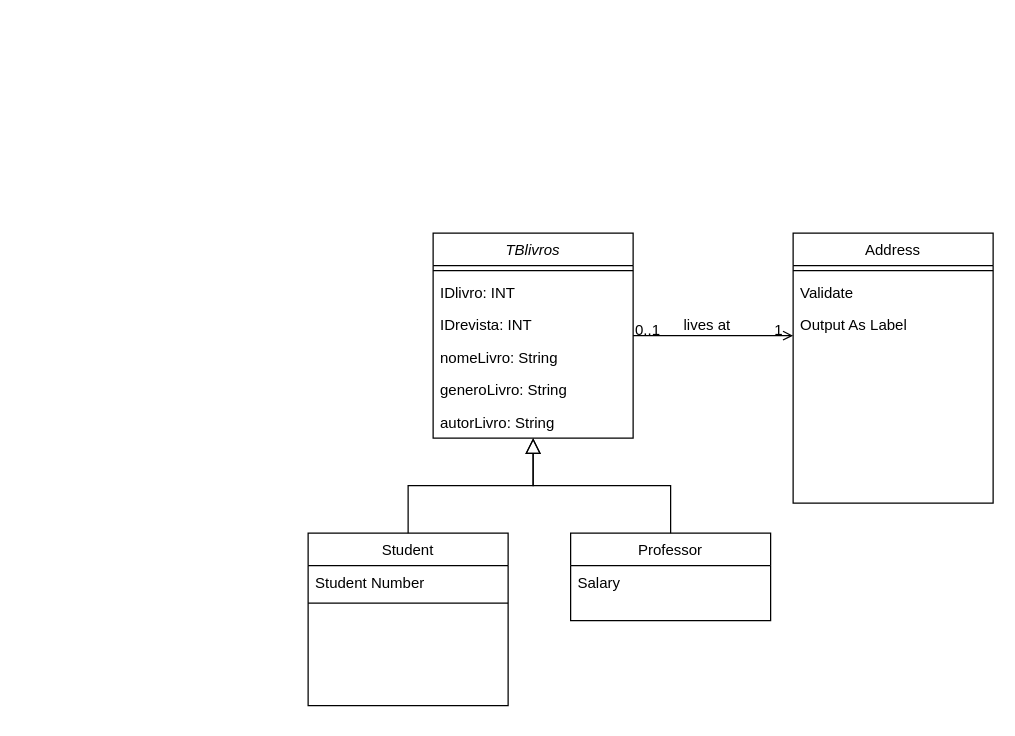
This is diagramaDEclasses.drawio from fe1ipesena/biblioteca-Java-Swing, a draw.io file, before an edit. Source tidied: cells renumbered, new cells numbered last; positions are measured from the earlier drawing's top-left corner, leaving out a move shared by most shapes. Both pictures are drawn from the tidied source at 125%, with x=0, y=0 at pixel (308, 232).
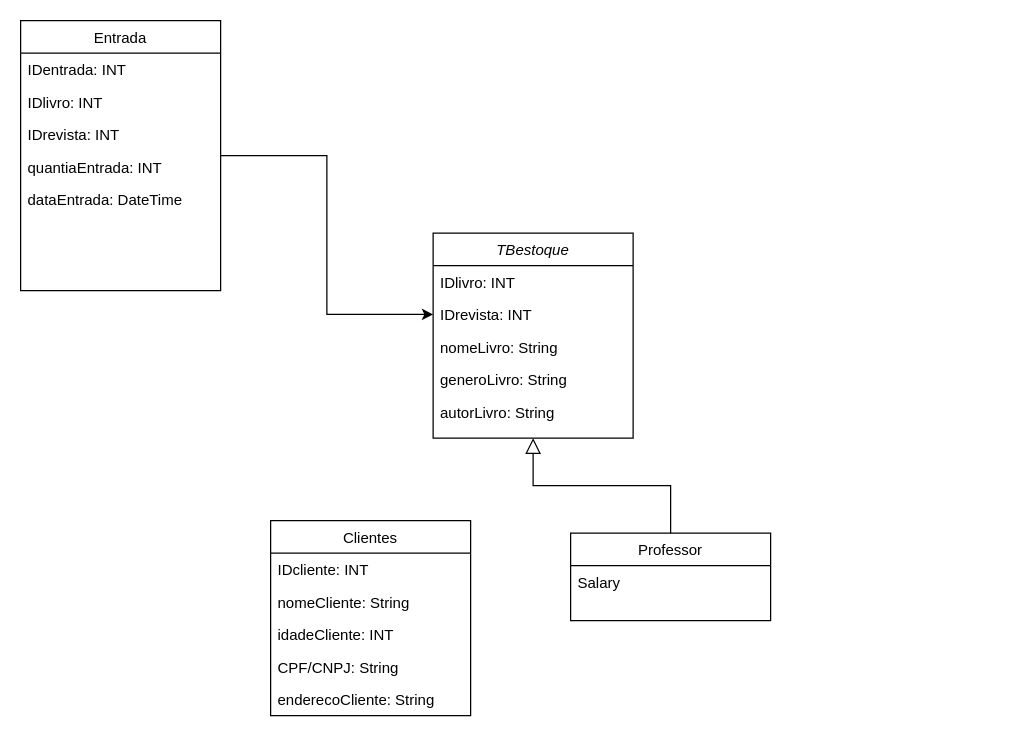
After the change.

The edit, as a diff of the source:
```diff
@@
-    <mxCell id="2" value="TBlivros" style="swimlane;fontStyle=2;align=center;verticalAlign=top;horizontal=1;startSize=26;rounded=0;shadow=0;strokeWidth=1;" parent="1" vertex="1">
+    <mxCell id="2" value="TBestoque" style="swimlane;fontStyle=2;align=center;verticalAlign=top;horizontal=1;startSize=26;rounded=0;shadow=0;strokeWidth=1;" parent="1" vertex="1">
       <mxGeometry x="100" width="160" height="164" as="geometry" />
     </mxCell>
-    <mxCell id="3" style="line;html=1;strokeWidth=1;align=left;verticalAlign=middle;spacingTop=-1;spacingLeft=3;spacingRight=3;labelPosition=right;" parent="2" vertex="1">
-      <mxGeometry y="26" width="160" height="8" as="geometry" />
-    </mxCell>
     <mxCell id="4" value="IDlivro: INT" style="text;align=left;verticalAlign=top;spacingLeft=4;spacingRight=4;overflow=hidden;" parent="2" vertex="1">
-      <mxGeometry y="34" width="160" height="26" as="geometry" />
+      <mxGeometry y="26" width="160" height="26" as="geometry" />
     </mxCell>
     <mxCell id="5" value="IDrevista: INT" style="text;align=left;verticalAlign=top;spacingLeft=4;spacingRight=4;overflow=hidden;points=[[0,0.5],[1,0.5]];portConstraint=eastwest;" parent="2" vertex="1">
-      <mxGeometry y="60" width="160" height="26" as="geometry" />
+      <mxGeometry y="52" width="160" height="26" as="geometry" />
     </mxCell>
     <mxCell id="6" value="nomeLivro: String" style="text;align=left;verticalAlign=top;spacingLeft=4;spacingRight=4;overflow=hidden;" parent="2" vertex="1">
-      <mxGeometry y="86" width="160" height="26" as="geometry" />
+      <mxGeometry y="78" width="160" height="26" as="geometry" />
     </mxCell>
     <mxCell id="7" value="generoLivro: String" style="text;align=left;verticalAlign=top;spacingLeft=4;spacingRight=4;overflow=hidden;" parent="2" vertex="1">
-      <mxGeometry y="112" width="160" height="26" as="geometry" />
+      <mxGeometry y="104" width="160" height="26" as="geometry" />
     </mxCell>
     <mxCell id="8" value="autorLivro: String" style="text;align=left;verticalAlign=top;spacingLeft=4;spacingRight=4;overflow=hidden;" parent="2" vertex="1">
-      <mxGeometry y="138" width="160" height="26" as="geometry" />
+      <mxGeometry y="130" width="160" height="26" as="geometry" />
     </mxCell>
-    <mxCell id="9" value="Student" style="swimlane;fontStyle=0;align=center;verticalAlign=top;horizontal=1;startSize=26;rounded=0;shadow=0;strokeWidth=1;" parent="1" vertex="1">
-      <mxGeometry y="240" width="160" height="138" as="geometry" />
+    <mxCell id="9" value="Clientes" style="swimlane;fontStyle=0;align=center;verticalAlign=top;horizontal=1;startSize=26;rounded=0;shadow=0;strokeWidth=1;" parent="1" vertex="1">
+      <mxGeometry x="-30" y="230" width="160" height="156" as="geometry" />
     </mxCell>
-    <mxCell id="10" value="Student Number" style="text;align=left;verticalAlign=top;spacingLeft=4;spacingRight=4;overflow=hidden;" parent="9" vertex="1">
-      <mxGeometry y="26" width="160" height="26" as="geometry" />
-    </mxCell>
-    <mxCell id="11" style="line;html=1;strokeWidth=1;align=left;verticalAlign=middle;spacingTop=-1;spacingLeft=3;spacingRight=3;labelPosition=right;" parent="9" vertex="1">
-      <mxGeometry y="52" width="160" height="8" as="geometry" />
-    </mxCell>
-    <mxCell id="12" style="endArrow=block;endSize=10;endFill=0;shadow=0;strokeWidth=1;rounded=0;edgeStyle=elbowEdgeStyle;elbow=vertical;" parent="1" edge="1" source="9" target="2">
-      <mxGeometry relative="1" as="geometry" />
-    </mxCell>
+    <mxCell id="24" value="IDcliente: INT" style="text;align=left;verticalAlign=top;spacingLeft=4;spacingRight=4;overflow=hidden;" parent="9" vertex="1">
+      <mxGeometry y="26" width="160" height="26" as="geometry" />
+    </mxCell>
+    <mxCell id="25" value="nomeCliente: String" style="text;align=left;verticalAlign=top;spacingLeft=4;spacingRight=4;overflow=hidden;" parent="9" vertex="1">
+      <mxGeometry y="52" width="160" height="26" as="geometry" />
+    </mxCell>
+    <mxCell id="26" value="idadeCliente: INT" style="text;align=left;verticalAlign=top;spacingLeft=4;spacingRight=4;overflow=hidden;" parent="9" vertex="1">
+      <mxGeometry y="78" width="160" height="26" as="geometry" />
+    </mxCell>
+    <mxCell id="27" value="CPF/CNPJ: String" style="text;align=left;verticalAlign=top;spacingLeft=4;spacingRight=4;overflow=hidden;" parent="9" vertex="1">
+      <mxGeometry y="104" width="160" height="26" as="geometry" />
+    </mxCell>
+    <mxCell id="28" value="enderecoCliente: String" style="text;align=left;verticalAlign=top;spacingLeft=4;spacingRight=4;overflow=hidden;" parent="9" vertex="1">
+      <mxGeometry y="130" width="160" height="26" as="geometry" />
+    </mxCell>
@@
+    <mxCell id="29" style="edgeStyle=orthogonalEdgeStyle;rounded=0;jettySize=auto;html=1;exitX=1;exitY=0.5;exitDx=0;exitDy=0;entryX=0;entryY=0.5;entryDx=0;entryDy=0;" parent="1" edge="1" source="16" target="5">
+      <mxGeometry relative="1" as="geometry" />
+    </mxCell>
-    <mxCell id="16" value="Address" style="swimlane;fontStyle=0;align=center;verticalAlign=top;horizontal=1;startSize=26;rounded=0;shadow=0;strokeWidth=1;" parent="1" vertex="1">
-      <mxGeometry x="388" width="160" height="216" as="geometry" />
+    <mxCell id="16" value="Entrada" style="swimlane;fontStyle=0;align=center;verticalAlign=top;horizontal=1;startSize=26;rounded=0;shadow=0;strokeWidth=1;" parent="1" vertex="1">
+      <mxGeometry x="-230" y="-170" width="160" height="216" as="geometry" />
     </mxCell>
-    <mxCell id="17" style="line;html=1;strokeWidth=1;align=left;verticalAlign=middle;spacingTop=-1;spacingLeft=3;spacingRight=3;labelPosition=right;" parent="16" vertex="1">
-      <mxGeometry y="26" width="160" height="8" as="geometry" />
-    </mxCell>
-    <mxCell id="18" value="Validate" style="text;align=left;verticalAlign=top;spacingLeft=4;spacingRight=4;overflow=hidden;" parent="16" vertex="1">
-      <mxGeometry y="34" width="160" height="26" as="geometry" />
+    <mxCell id="18" value="IDentrada: INT" style="text;align=left;verticalAlign=top;spacingLeft=4;spacingRight=4;overflow=hidden;" parent="16" vertex="1">
+      <mxGeometry y="26" width="160" height="26" as="geometry" />
     </mxCell>
-    <mxCell id="19" value="Output As Label" style="text;align=left;verticalAlign=top;spacingLeft=4;spacingRight=4;overflow=hidden;" parent="16" vertex="1">
-      <mxGeometry y="60" width="160" height="26" as="geometry" />
+    <mxCell id="19" value="IDlivro: INT" style="text;align=left;verticalAlign=top;spacingLeft=4;spacingRight=4;overflow=hidden;" parent="16" vertex="1">
+      <mxGeometry y="52" width="160" height="26" as="geometry" />
     </mxCell>
-    <mxCell id="20" style="endArrow=open;shadow=0;strokeWidth=1;rounded=0;endFill=1;edgeStyle=elbowEdgeStyle;elbow=vertical;" parent="1" edge="1" source="2" target="16">
-      <mxGeometry x="0.5" y="41" relative="1" as="geometry">
-        <mxPoint x="-40" y="32" as="offset" />
-      </mxGeometry>
-    </mxCell>
-    <mxCell id="21" value="0..1" style="align=left;verticalAlign=bottom;labelBackgroundColor=none;fontSize=12;" parent="20" vertex="1">
-      <mxGeometry x="-1" relative="1" as="geometry">
-        <mxPoint y="4" as="offset" />
-      </mxGeometry>
-    </mxCell>
-    <mxCell id="22" value="1" style="align=right;verticalAlign=bottom;labelBackgroundColor=none;fontSize=12;" parent="20" vertex="1">
-      <mxGeometry x="1" relative="1" as="geometry">
-        <mxPoint x="-7" y="4" as="offset" />
-      </mxGeometry>
-    </mxCell>
-    <mxCell id="23" value="lives at" style="text;html=1;align=center;verticalAlign=middle;labelBackgroundColor=none;rounded=0;shadow=0;strokeWidth=1;fontSize=12;" parent="20" vertex="1">
-      <mxGeometry x="0.5" y="49" relative="1" as="geometry">
-        <mxPoint x="-38" y="40" as="offset" />
-      </mxGeometry>
-    </mxCell>
+    <mxCell id="30" value="IDrevista: INT" style="text;align=left;verticalAlign=top;spacingLeft=4;spacingRight=4;overflow=hidden;" parent="16" vertex="1">
+      <mxGeometry y="78" width="160" height="26" as="geometry" />
+    </mxCell>
+    <mxCell id="31" value="quantiaEntrada: INT" style="text;align=left;verticalAlign=top;spacingLeft=4;spacingRight=4;overflow=hidden;" parent="16" vertex="1">
+      <mxGeometry y="104" width="160" height="26" as="geometry" />
+    </mxCell>
+    <mxCell id="32" value="dataEntrada: DateTime" style="text;align=left;verticalAlign=top;spacingLeft=4;spacingRight=4;overflow=hidden;" parent="16" vertex="1">
+      <mxGeometry y="130" width="160" height="26" as="geometry" />
+    </mxCell>
```
